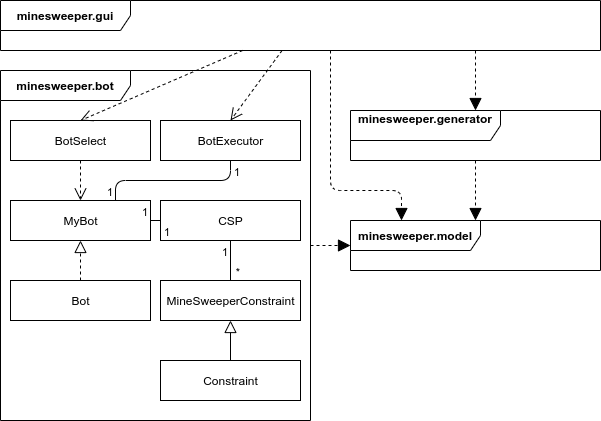
Before: documentation/images/class-package-diagram.png, a diagram exported from draw.io (maariaw/minesweeper-helper). Source tidied: cells renumbered, new cells last; positions are measured from the earlier drawing's top-left corner, leaving out a move shared by most shapes.
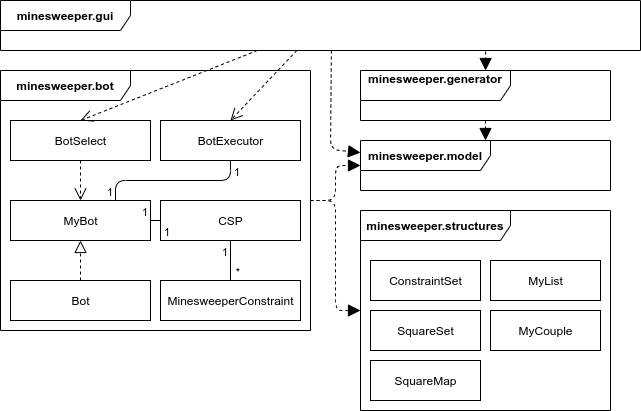
The same diagram one commit later.

Commit message:
Update class/package diagram

What changed in the source:
```diff
@@ -3,13 +3,19 @@
     <mxCell id="0" />
     <mxCell id="1" parent="0" />
     <mxCell id="2" value="&lt;b&gt;minesweeper.gui&lt;/b&gt;" style="shape=umlFrame;whiteSpace=wrap;html=1;width=130;height=30;" parent="1" vertex="1">
-      <mxGeometry width="600" height="50" as="geometry" />
+      <mxGeometry width="640" height="50" as="geometry" />
     </mxCell>
+    <mxCell id="31" style="edgeStyle=orthogonalEdgeStyle;rounded=1;jettySize=auto;html=1;dashed=1;endFill=1;endArrow=block;endSize=10;" parent="1" edge="1" source="3" target="32">
+      <mxGeometry relative="1" as="geometry" />
+    </mxCell>
+    <mxCell id="30" style="edgeStyle=orthogonalEdgeStyle;rounded=1;jettySize=auto;html=1;dashed=1;endFill=1;endArrow=block;endSize=10;" parent="1" edge="1" source="3" target="4">
+      <mxGeometry relative="1" as="geometry" />
+    </mxCell>
     <mxCell id="3" value="&lt;b&gt;minesweeper.bot&lt;/b&gt;" style="shape=umlFrame;whiteSpace=wrap;html=1;width=130;height=30;" parent="1" vertex="1">
-      <mxGeometry y="70" width="310" height="350" as="geometry" />
+      <mxGeometry y="70" width="310" height="260" as="geometry" />
     </mxCell>
     <mxCell id="4" value="&lt;b&gt;minesweeper.model&lt;/b&gt;" style="shape=umlFrame;whiteSpace=wrap;html=1;width=130;height=30;" parent="1" vertex="1">
-      <mxGeometry x="350" y="220" width="250" height="50" as="geometry" />
+      <mxGeometry x="360" y="140" width="250" height="50" as="geometry" />
     </mxCell>
     <mxCell id="5" value="Bot" style="html=1;" parent="1" vertex="1">
       <mxGeometry x="10" y="280" width="140" height="40" as="geometry" />
@@ -23,18 +29,12 @@
     <mxCell id="8" value="CSP" style="html=1;" parent="1" vertex="1">
       <mxGeometry x="160" y="200" width="140" height="40" as="geometry" />
     </mxCell>
-    <mxCell id="9" value="Constraint" style="html=1;" parent="1" vertex="1">
-      <mxGeometry x="160" y="360" width="140" height="40" as="geometry" />
-    </mxCell>
-    <mxCell id="10" value="MineSweeperConstraint" style="html=1;" parent="1" vertex="1">
+    <mxCell id="10" value="MinesweeperConstraint" style="html=1;" parent="1" vertex="1">
       <mxGeometry x="160" y="280" width="140" height="40" as="geometry" />
     </mxCell>
     <mxCell id="11" value="MyBot" style="html=1;" parent="1" vertex="1">
       <mxGeometry x="10" y="200" width="140" height="40" as="geometry" />
     </mxCell>
-    <mxCell id="12" style="endArrow=block;endSize=10;endFill=0;html=1;" parent="1" edge="1" source="9" target="10">
-      <mxGeometry relative="1" as="geometry" />
-    </mxCell>
     <mxCell id="13" style="endArrow=block;dashed=1;endFill=0;endSize=10;html=1;exitX=0.5;exitY=0;exitDx=0;exitDy=0;entryX=0.5;entryY=1;entryDx=0;entryDy=0;" parent="1" edge="1" source="5" target="11">
       <mxGeometry relative="1" as="geometry" />
     </mxCell>
@@ -89,27 +89,38 @@
       </mxGeometry>
     </mxCell>
     <mxCell id="26" value="&lt;b&gt;minesweeper.generator&lt;br&gt;&lt;br&gt;&lt;/b&gt;" style="shape=umlFrame;whiteSpace=wrap;html=1;width=150;height=30;" parent="1" vertex="1">
-      <mxGeometry x="350" y="110" width="250" height="50" as="geometry" />
+      <mxGeometry x="360" y="70" width="250" height="50" as="geometry" />
     </mxCell>
-    <mxCell id="27" style="endArrow=block;dashed=1;endFill=1;endSize=10;html=1;exitX=0.55;exitY=1;exitDx=0;exitDy=0;exitPerimeter=0;" parent="1" edge="1" source="2">
+    <mxCell id="27" style="endArrow=block;dashed=1;endFill=1;endSize=10;html=1;exitX=0.517;exitY=1;exitDx=0;exitDy=0;exitPerimeter=0;" parent="1" edge="1" source="2" target="4">
       <mxGeometry relative="1" as="geometry">
-        <mxPoint x="401" y="220" as="targetPoint" />
         <Array as="points">
-          <mxPoint x="330" y="190" />
-          <mxPoint x="401" y="190" />
+          <mxPoint x="330" y="149" />
         </Array>
       </mxGeometry>
     </mxCell>
-    <mxCell id="28" style="endArrow=block;dashed=1;endFill=1;endSize=10;html=1;" parent="1" edge="1" target="26">
-      <mxGeometry relative="1" as="geometry">
-        <mxPoint x="475" y="50" as="sourcePoint" />
-      </mxGeometry>
+    <mxCell id="28" style="endArrow=block;dashed=1;endFill=1;endSize=10;html=1;exitX=0.758;exitY=1.02;exitDx=0;exitDy=0;exitPerimeter=0;" parent="1" edge="1" source="2" target="26">
+      <mxGeometry relative="1" as="geometry" />
     </mxCell>
     <mxCell id="29" style="endArrow=block;dashed=1;endFill=1;endSize=10;html=1;" parent="1" edge="1" source="26" target="4">
       <mxGeometry relative="1" as="geometry" />
     </mxCell>
-    <mxCell id="30" style="endArrow=block;dashed=1;endFill=1;endSize=10;html=1;" parent="1" edge="1" source="3" target="4">
-      <mxGeometry relative="1" as="geometry" />
-    </mxCell>
+    <mxCell id="32" value="&lt;b&gt;minesweeper.structures&lt;/b&gt;" style="shape=umlFrame;whiteSpace=wrap;html=1;width=150;height=30;" parent="1" vertex="1">
+      <mxGeometry x="360" y="210" width="250" height="200" as="geometry" />
+    </mxCell>
+    <mxCell id="33" value="ConstraintSet" style="html=1;" parent="1" vertex="1">
+      <mxGeometry x="370" y="260" width="110" height="40" as="geometry" />
+    </mxCell>
+    <mxCell id="34" value="SquareMap" style="html=1;" parent="1" vertex="1">
+      <mxGeometry x="370" y="360" width="110" height="40" as="geometry" />
+    </mxCell>
+    <mxCell id="35" value="MyCouple" style="html=1;" parent="1" vertex="1">
+      <mxGeometry x="490" y="310" width="110" height="40" as="geometry" />
+    </mxCell>
+    <mxCell id="36" value="SquareSet" style="html=1;" parent="1" vertex="1">
+      <mxGeometry x="370" y="310" width="110" height="40" as="geometry" />
+    </mxCell>
+    <mxCell id="37" value="MyList" style="html=1;" parent="1" vertex="1">
+      <mxGeometry x="490" y="260" width="110" height="40" as="geometry" />
+    </mxCell>
   </root>
 </mxGraphModel>
```
